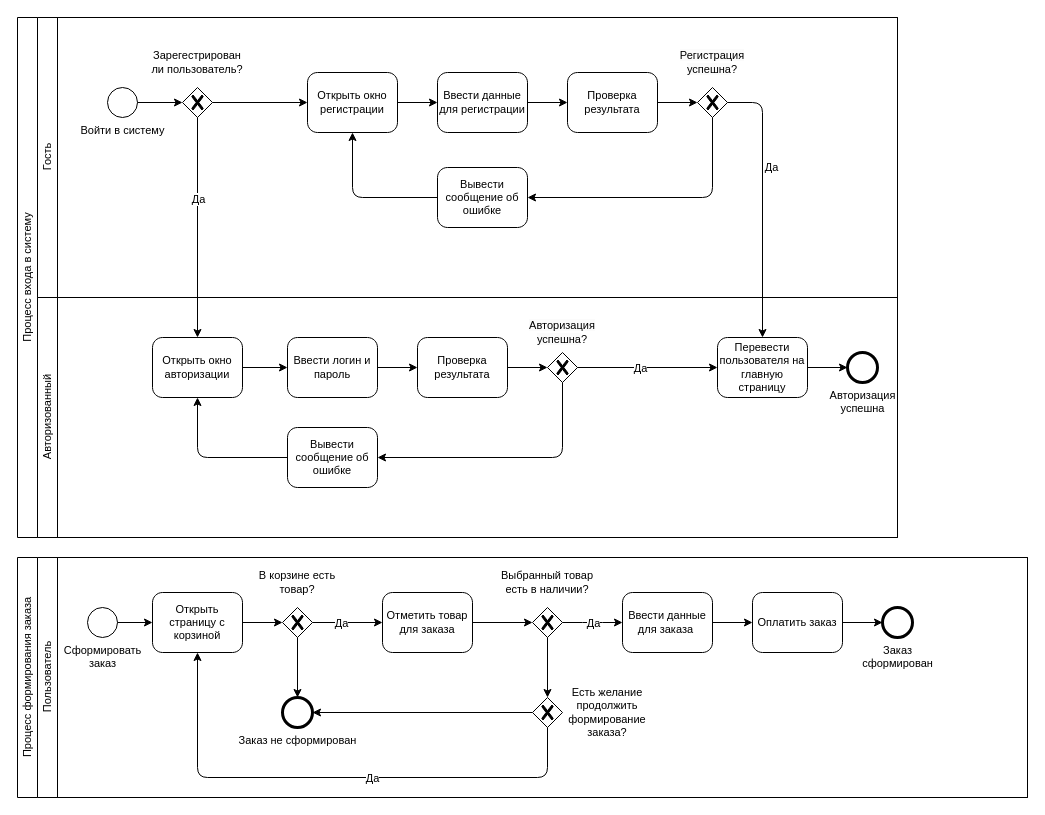
The draw.io diagram page "BPMN1" (1 of 2) of schemes/raws/BPMN.drawio in mshsvnv/SoftwareDesign, before the edit. Source tidied: cells renumbered, new cells numbered last; positions are measured from the earlier drawing's top-left corner, leaving out a move shared by most shapes. Both pictures are drawn from the tidied source at 100%, with x=0, y=0 at pixel (17, 17).
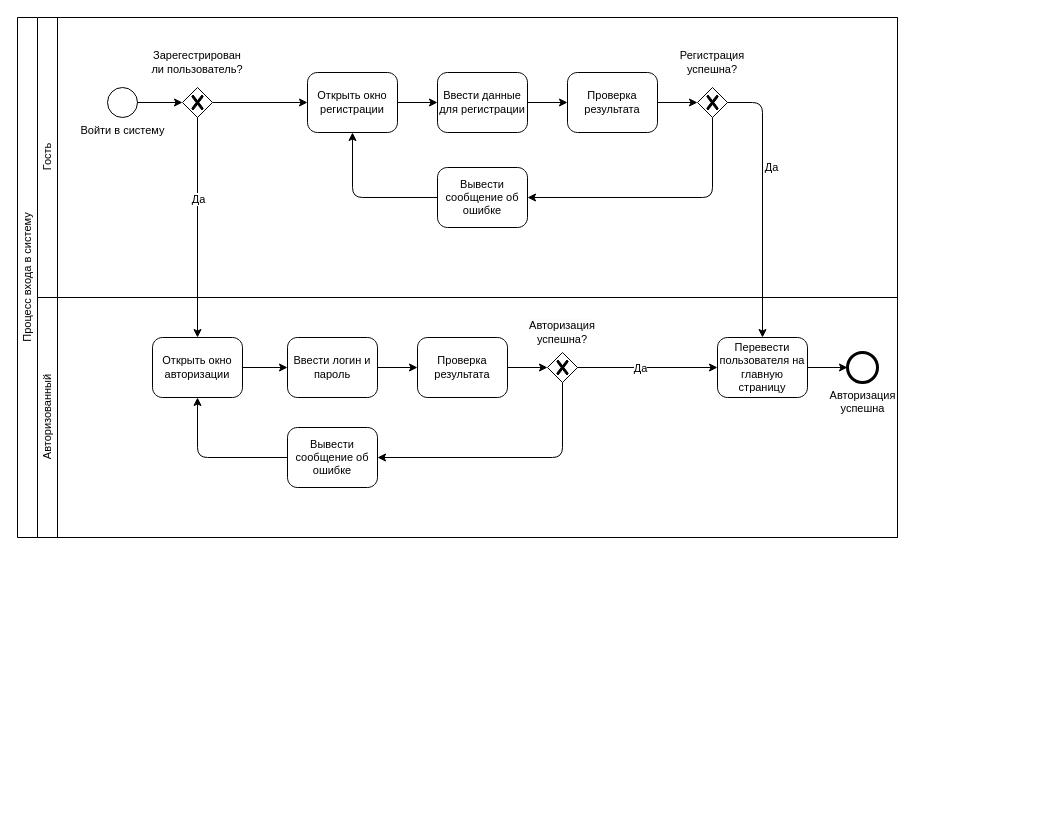
After the change.

Diff of the diagram source:
```diff
@@
-    <mxCell id="41" value="Процесс формирования заказа" style="swimlane;html=1;horizontal=0;startSize=20;whiteSpace=wrap;fontStyle=0;fontFamily=Helvetica;fontSize=11;" parent="1" vertex="1">
-      <mxGeometry y="540" width="1010" height="240" as="geometry" />
-    </mxCell>
-    <mxCell id="42" value="Пользователь" style="swimlane;html=1;startSize=20;horizontal=0;fontStyle=0;fontFamily=Helvetica;fontSize=11;" parent="41" vertex="1">
-      <mxGeometry x="20" width="990" height="240" as="geometry" />
-    </mxCell>
-    <mxCell id="43" value="Сформировать &lt;br style=&quot;font-size: 11px;&quot;&gt;заказ" style="points=[[0.145,0.145,0],[0.5,0,0],[0.855,0.145,0],[1,0.5,0],[0.855,0.855,0],[0.5,1,0],[0.145,0.855,0],[0,0.5,0]];shape=mxgraph.bpmn.event;html=1;verticalLabelPosition=bottom;labelBackgroundColor=#ffffff;verticalAlign=top;align=center;perimeter=ellipsePerimeter;outlineConnect=0;outline=standard;symbol=general;fontFamily=Helvetica;fontSize=11;" parent="42" vertex="1">
-      <mxGeometry x="50" y="50" width="30" height="30" as="geometry" />
-    </mxCell>
-    <mxCell id="44" value="Открыть страницу с корзиной" style="points=[[0.25,0,0],[0.5,0,0],[0.75,0,0],[1,0.25,0],[1,0.5,0],[1,0.75,0],[0.75,1,0],[0.5,1,0],[0.25,1,0],[0,0.75,0],[0,0.5,0],[0,0.25,0]];shape=mxgraph.bpmn.task;whiteSpace=wrap;rectStyle=rounded;size=10;html=1;taskMarker=abstract;fontFamily=Helvetica;fontSize=11;" parent="42" vertex="1">
-      <mxGeometry x="115" y="35" width="90" height="60" as="geometry" />
-    </mxCell>
-    <mxCell id="45" style="points=[[0.25,0.25,0],[0.5,0,0],[0.75,0.25,0],[1,0.5,0],[0.75,0.75,0],[0.5,1,0],[0.25,0.75,0],[0,0.5,0]];shape=mxgraph.bpmn.gateway2;html=1;verticalLabelPosition=bottom;labelBackgroundColor=#ffffff;verticalAlign=top;align=center;perimeter=rhombusPerimeter;outlineConnect=0;outline=none;symbol=none;gwType=exclusive;fontFamily=Helvetica;fontSize=11;" parent="42" vertex="1">
-      <mxGeometry x="245" y="50" width="30" height="30" as="geometry" />
-    </mxCell>
-    <mxCell id="46" style="edgeStyle=orthogonalEdgeStyle;shape=connector;rounded=1;jettySize=auto;html=1;exitX=1;exitY=0.5;exitDx=0;exitDy=0;exitPerimeter=0;entryX=0;entryY=0.5;entryDx=0;entryDy=0;entryPerimeter=0;labelBackgroundColor=default;strokeColor=default;align=center;verticalAlign=middle;fontFamily=Helvetica;fontSize=11;fontColor=default;endArrow=classic;" parent="42" edge="1" source="43" target="44">
-      <mxGeometry relative="1" as="geometry" />
-    </mxCell>
-    <mxCell id="47" style="edgeStyle=orthogonalEdgeStyle;shape=connector;rounded=1;jettySize=auto;html=1;exitX=1;exitY=0.5;exitDx=0;exitDy=0;exitPerimeter=0;entryX=0;entryY=0.5;entryDx=0;entryDy=0;entryPerimeter=0;labelBackgroundColor=default;strokeColor=default;align=center;verticalAlign=middle;fontFamily=Helvetica;fontSize=11;fontColor=default;endArrow=classic;" parent="42" edge="1" source="44" target="45">
-      <mxGeometry relative="1" as="geometry" />
-    </mxCell>
-    <mxCell id="48" value="В корзине есть товар?" style="text;html=1;strokeColor=none;fillColor=none;align=center;verticalAlign=middle;whiteSpace=wrap;rounded=0;fontFamily=Helvetica;fontSize=11;" parent="42" vertex="1">
-      <mxGeometry x="205" y="10" width="110" height="30" as="geometry" />
-    </mxCell>
-    <mxCell id="49" value="Заказ не сформирован" style="points=[[0.145,0.145,0],[0.5,0,0],[0.855,0.145,0],[1,0.5,0],[0.855,0.855,0],[0.5,1,0],[0.145,0.855,0],[0,0.5,0]];shape=mxgraph.bpmn.event;html=1;verticalLabelPosition=bottom;labelBackgroundColor=#ffffff;verticalAlign=top;align=center;perimeter=ellipsePerimeter;outlineConnect=0;outline=end;symbol=terminate2;fontFamily=Helvetica;fontSize=11;fontColor=default;" parent="42" vertex="1">
-      <mxGeometry x="245" y="140" width="30" height="30" as="geometry" />
-    </mxCell>
-    <mxCell id="50" style="edgeStyle=orthogonalEdgeStyle;shape=connector;rounded=1;jettySize=auto;html=1;exitX=0.5;exitY=1;exitDx=0;exitDy=0;exitPerimeter=0;labelBackgroundColor=default;strokeColor=default;align=center;verticalAlign=middle;fontFamily=Helvetica;fontSize=11;fontColor=default;endArrow=classic;" parent="42" edge="1" source="45" target="49">
-      <mxGeometry relative="1" as="geometry" />
-    </mxCell>
-    <mxCell id="51" value="Отметить товар для заказа" style="points=[[0.25,0,0],[0.5,0,0],[0.75,0,0],[1,0.25,0],[1,0.5,0],[1,0.75,0],[0.75,1,0],[0.5,1,0],[0.25,1,0],[0,0.75,0],[0,0.5,0],[0,0.25,0]];shape=mxgraph.bpmn.task;whiteSpace=wrap;rectStyle=rounded;size=10;html=1;taskMarker=abstract;fontFamily=Helvetica;fontSize=11;" parent="42" vertex="1">
-      <mxGeometry x="345" y="35" width="90" height="60" as="geometry" />
-    </mxCell>
-    <mxCell id="52" style="edgeStyle=orthogonalEdgeStyle;shape=connector;rounded=1;jettySize=auto;html=1;exitX=1;exitY=0.5;exitDx=0;exitDy=0;exitPerimeter=0;labelBackgroundColor=default;strokeColor=default;align=center;verticalAlign=middle;fontFamily=Helvetica;fontSize=11;fontColor=default;endArrow=classic;" parent="42" edge="1" source="45" target="51">
-      <mxGeometry relative="1" as="geometry" />
-    </mxCell>
-    <mxCell id="53" value="Да" style="edgeLabel;html=1;align=center;verticalAlign=middle;fontSize=11;fontFamily=Helvetica;fontColor=default;" parent="52" vertex="1">
-      <mxGeometry x="-0.37" relative="1" as="geometry">
-        <mxPoint x="6" as="offset" />
-      </mxGeometry>
-    </mxCell>
-    <mxCell id="54" style="points=[[0.25,0.25,0],[0.5,0,0],[0.75,0.25,0],[1,0.5,0],[0.75,0.75,0],[0.5,1,0],[0.25,0.75,0],[0,0.5,0]];shape=mxgraph.bpmn.gateway2;html=1;verticalLabelPosition=bottom;labelBackgroundColor=#ffffff;verticalAlign=top;align=center;perimeter=rhombusPerimeter;outlineConnect=0;outline=none;symbol=none;gwType=exclusive;fontFamily=Helvetica;fontSize=11;" parent="42" vertex="1">
-      <mxGeometry x="495" y="50" width="30" height="30" as="geometry" />
-    </mxCell>
-    <mxCell id="55" value="Выбранный товар есть в наличии?" style="text;html=1;strokeColor=none;fillColor=none;align=center;verticalAlign=middle;whiteSpace=wrap;rounded=0;fontFamily=Helvetica;fontSize=11;" parent="42" vertex="1">
-      <mxGeometry x="455" y="10" width="110" height="30" as="geometry" />
-    </mxCell>
-    <mxCell id="56" value="Ввести данные для заказа&amp;nbsp;" style="points=[[0.25,0,0],[0.5,0,0],[0.75,0,0],[1,0.25,0],[1,0.5,0],[1,0.75,0],[0.75,1,0],[0.5,1,0],[0.25,1,0],[0,0.75,0],[0,0.5,0],[0,0.25,0]];shape=mxgraph.bpmn.task;whiteSpace=wrap;rectStyle=rounded;size=10;html=1;taskMarker=abstract;fontFamily=Helvetica;fontSize=11;" parent="42" vertex="1">
-      <mxGeometry x="585" y="35" width="90" height="60" as="geometry" />
-    </mxCell>
-    <mxCell id="57" value="Заказ&lt;br style=&quot;font-size: 11px;&quot;&gt;сформирован" style="points=[[0.145,0.145,0],[0.5,0,0],[0.855,0.145,0],[1,0.5,0],[0.855,0.855,0],[0.5,1,0],[0.145,0.855,0],[0,0.5,0]];shape=mxgraph.bpmn.event;html=1;verticalLabelPosition=bottom;labelBackgroundColor=#ffffff;verticalAlign=top;align=center;perimeter=ellipsePerimeter;outlineConnect=0;outline=end;symbol=terminate2;fontFamily=Helvetica;fontSize=11;fontColor=default;" parent="42" vertex="1">
-      <mxGeometry x="845" y="50" width="30" height="30" as="geometry" />
-    </mxCell>
-    <mxCell id="58" style="edgeStyle=orthogonalEdgeStyle;shape=connector;rounded=1;jettySize=auto;html=1;exitX=0;exitY=0.5;exitDx=0;exitDy=0;exitPerimeter=0;labelBackgroundColor=default;strokeColor=default;align=center;verticalAlign=middle;fontFamily=Helvetica;fontSize=11;fontColor=default;endArrow=classic;" parent="42" edge="1" source="59" target="49">
-      <mxGeometry relative="1" as="geometry" />
-    </mxCell>
-    <mxCell id="59" style="points=[[0.25,0.25,0],[0.5,0,0],[0.75,0.25,0],[1,0.5,0],[0.75,0.75,0],[0.5,1,0],[0.25,0.75,0],[0,0.5,0]];shape=mxgraph.bpmn.gateway2;html=1;verticalLabelPosition=bottom;labelBackgroundColor=#ffffff;verticalAlign=top;align=center;perimeter=rhombusPerimeter;outlineConnect=0;outline=none;symbol=none;gwType=exclusive;fontFamily=Helvetica;fontSize=11;" parent="42" vertex="1">
-      <mxGeometry x="495" y="140" width="30" height="30" as="geometry" />
-    </mxCell>
-    <mxCell id="60" style="edgeStyle=orthogonalEdgeStyle;shape=connector;rounded=1;jettySize=auto;html=1;exitX=0.5;exitY=1;exitDx=0;exitDy=0;exitPerimeter=0;entryX=0.5;entryY=0;entryDx=0;entryDy=0;entryPerimeter=0;labelBackgroundColor=default;strokeColor=default;align=center;verticalAlign=middle;fontFamily=Helvetica;fontSize=11;fontColor=default;endArrow=classic;" parent="42" edge="1" source="54" target="59">
-      <mxGeometry relative="1" as="geometry" />
-    </mxCell>
-    <mxCell id="61" value="Есть желание продолжить формирование заказа?" style="text;html=1;strokeColor=none;fillColor=none;align=center;verticalAlign=middle;whiteSpace=wrap;rounded=0;fontFamily=Helvetica;fontSize=11;" parent="42" vertex="1">
-      <mxGeometry x="515" y="140" width="110" height="30" as="geometry" />
-    </mxCell>
-    <mxCell id="62" style="edgeStyle=orthogonalEdgeStyle;shape=connector;rounded=1;jettySize=auto;html=1;exitX=0.5;exitY=1;exitDx=0;exitDy=0;exitPerimeter=0;entryX=0.5;entryY=1;entryDx=0;entryDy=0;entryPerimeter=0;labelBackgroundColor=default;strokeColor=default;align=center;verticalAlign=middle;fontFamily=Helvetica;fontSize=11;fontColor=default;endArrow=classic;" parent="42" edge="1" source="59" target="44">
-      <mxGeometry relative="1" as="geometry">
-        <Array as="points">
-          <mxPoint x="510" y="220" />
-          <mxPoint x="160" y="220" />
-        </Array>
-      </mxGeometry>
-    </mxCell>
-    <mxCell id="63" value="Да" style="edgeLabel;html=1;align=center;verticalAlign=middle;fontSize=11;fontFamily=Helvetica;fontColor=default;" parent="62" vertex="1">
-      <mxGeometry x="-0.31" y="2" relative="1" as="geometry">
-        <mxPoint x="-45" y="-2" as="offset" />
-      </mxGeometry>
-    </mxCell>
-    <mxCell id="64" style="edgeStyle=orthogonalEdgeStyle;shape=connector;rounded=1;jettySize=auto;html=1;exitX=1;exitY=0.5;exitDx=0;exitDy=0;exitPerimeter=0;entryX=0;entryY=0.5;entryDx=0;entryDy=0;entryPerimeter=0;labelBackgroundColor=default;strokeColor=default;align=center;verticalAlign=middle;fontFamily=Helvetica;fontSize=11;fontColor=default;endArrow=classic;" parent="42" edge="1" source="54">
-      <mxGeometry relative="1" as="geometry">
-        <mxPoint x="585" y="65" as="targetPoint" />
-      </mxGeometry>
-    </mxCell>
-    <mxCell id="65" value="Да" style="edgeLabel;html=1;align=center;verticalAlign=middle;fontSize=11;fontFamily=Helvetica;fontColor=default;" parent="64" vertex="1">
-      <mxGeometry x="-0.37" y="-1" relative="1" as="geometry">
-        <mxPoint x="11" y="-1" as="offset" />
-      </mxGeometry>
-    </mxCell>
-    <mxCell id="66" style="edgeStyle=orthogonalEdgeStyle;shape=connector;rounded=1;jettySize=auto;html=1;exitX=1;exitY=0.5;exitDx=0;exitDy=0;exitPerimeter=0;labelBackgroundColor=default;strokeColor=default;align=center;verticalAlign=middle;fontFamily=Helvetica;fontSize=11;fontColor=default;endArrow=classic;" parent="42" edge="1" source="67" target="57">
-      <mxGeometry relative="1" as="geometry" />
-    </mxCell>
-    <mxCell id="67" value="Оплатить заказ" style="points=[[0.25,0,0],[0.5,0,0],[0.75,0,0],[1,0.25,0],[1,0.5,0],[1,0.75,0],[0.75,1,0],[0.5,1,0],[0.25,1,0],[0,0.75,0],[0,0.5,0],[0,0.25,0]];shape=mxgraph.bpmn.task;whiteSpace=wrap;rectStyle=rounded;size=10;html=1;taskMarker=abstract;fontFamily=Helvetica;fontSize=11;" parent="42" vertex="1">
-      <mxGeometry x="715" y="35" width="90" height="60" as="geometry" />
-    </mxCell>
-    <mxCell id="68" style="edgeStyle=orthogonalEdgeStyle;shape=connector;rounded=1;jettySize=auto;html=1;exitX=1;exitY=0.5;exitDx=0;exitDy=0;exitPerimeter=0;entryX=0;entryY=0.5;entryDx=0;entryDy=0;entryPerimeter=0;labelBackgroundColor=default;strokeColor=default;align=center;verticalAlign=middle;fontFamily=Helvetica;fontSize=11;fontColor=default;endArrow=classic;" parent="42" edge="1" source="56" target="67">
-      <mxGeometry relative="1" as="geometry" />
-    </mxCell>
-    <mxCell id="69" style="edgeStyle=orthogonalEdgeStyle;shape=connector;rounded=1;jettySize=auto;html=1;exitX=1;exitY=0.5;exitDx=0;exitDy=0;exitPerimeter=0;labelBackgroundColor=default;strokeColor=default;align=center;verticalAlign=middle;fontFamily=Helvetica;fontSize=11;fontColor=default;endArrow=classic;" parent="42" edge="1" source="51" target="54">
-      <mxGeometry relative="1" as="geometry" />
-    </mxCell>
```
